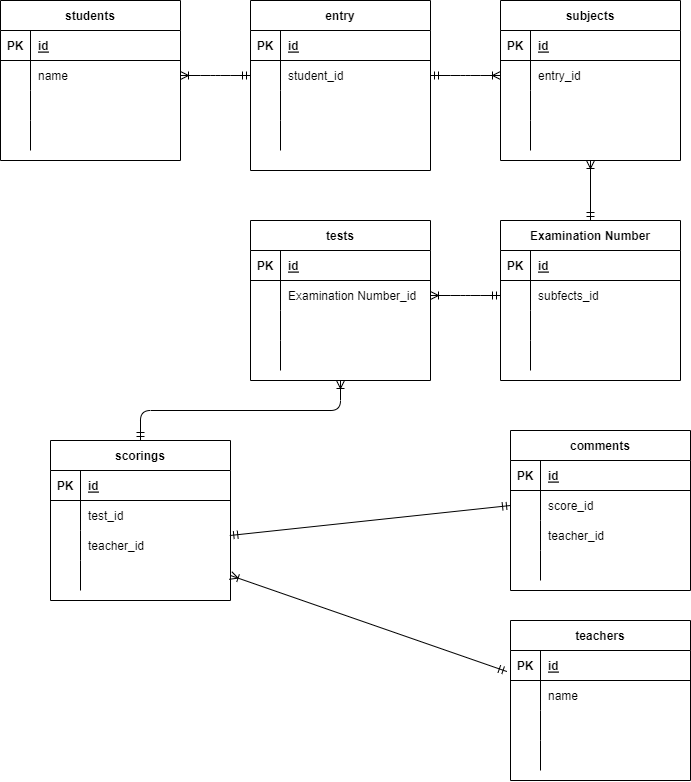
Earlier version of the draw.io export .drawio.png (naotominato/20220530aso). Source tidied: cells renumbered, new cells last; positions are measured from the earlier drawing's top-left corner, leaving out a move shared by most shapes.
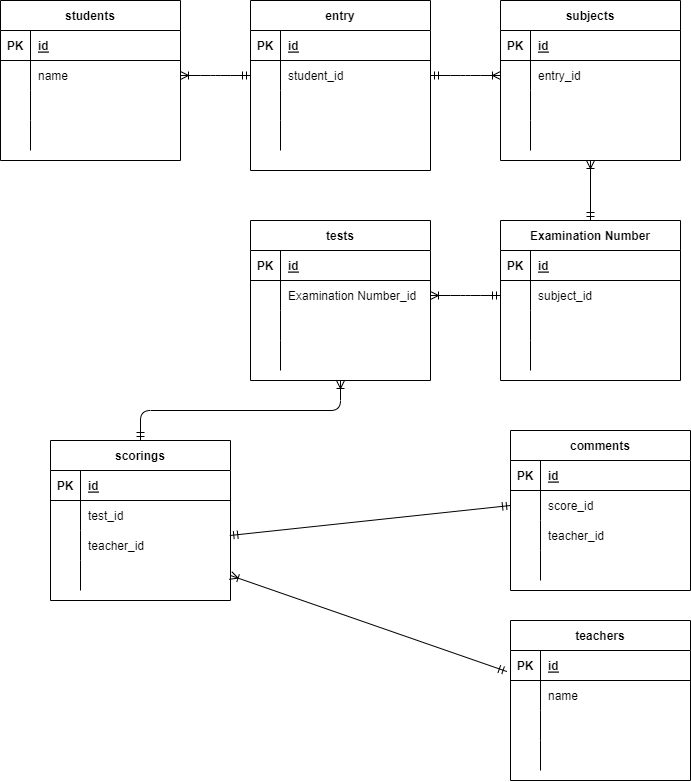
Above is the later version.

What changed in the source:
```diff
@@ -308,7 +308,7 @@
     <mxCell id="103" style="shape=partialRectangle;fillColor=none;top=0;left=0;bottom=0;right=0;overflow=hidden;" parent="102" vertex="1">
       <mxGeometry width="30" height="30" as="geometry" />
     </mxCell>
-    <mxCell id="104" value="subfects_id" style="shape=partialRectangle;fillColor=none;top=0;left=0;bottom=0;right=0;align=left;spacingLeft=6;overflow=hidden;" parent="102" vertex="1">
+    <mxCell id="104" value="subject_id" style="shape=partialRectangle;fillColor=none;top=0;left=0;bottom=0;right=0;align=left;spacingLeft=6;overflow=hidden;" parent="102" vertex="1">
       <mxGeometry x="30" width="150" height="30" as="geometry" />
     </mxCell>
     <mxCell id="105" style="shape=partialRectangle;fillColor=none;top=0;left=0;bottom=0;right=0;" parent="98" vertex="1">
```
